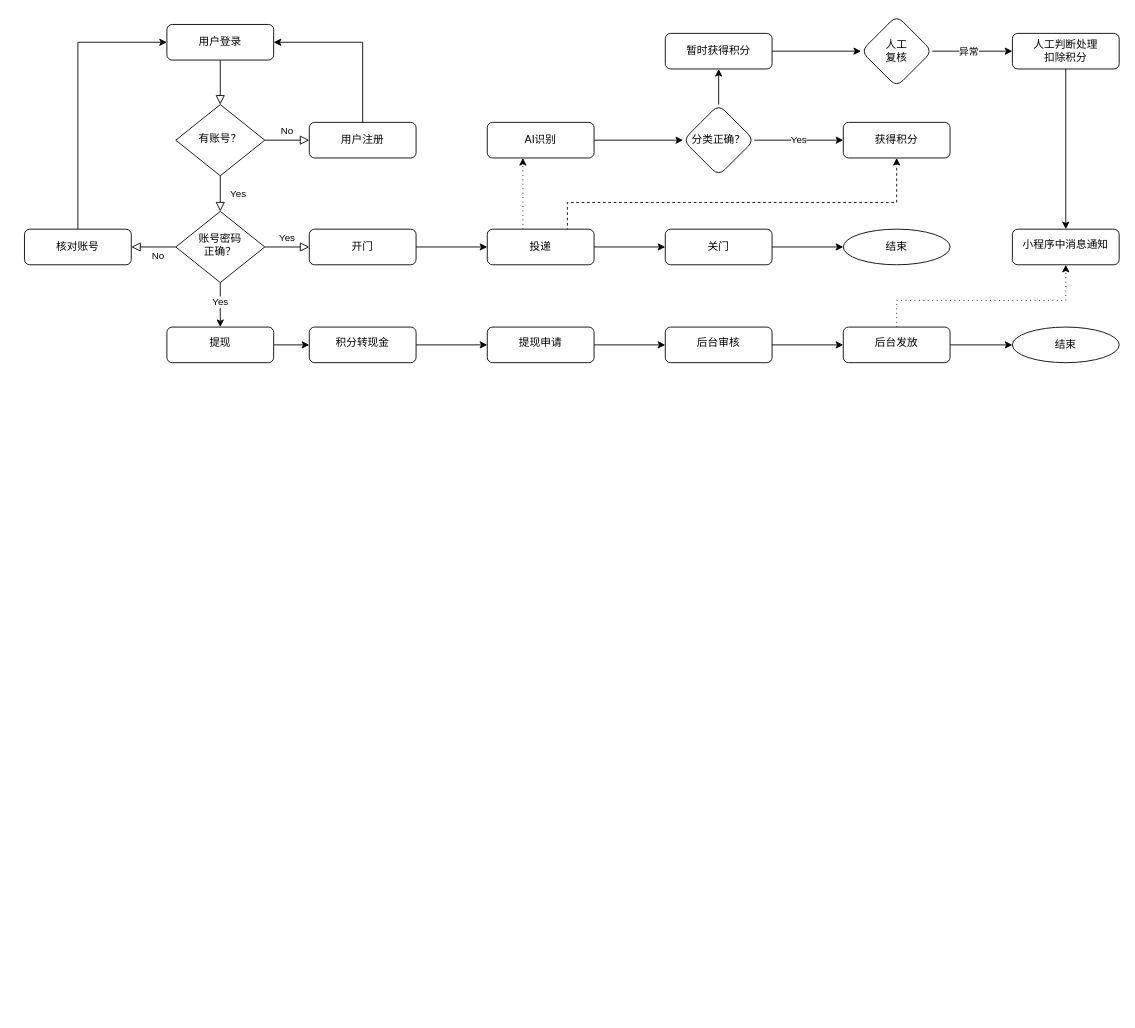
The draw.io diagram 未命名绘图.drawio in lijiejoy/bingai, before the edit. Source tidied: cells renumbered, new cells numbered last; positions are measured from the earlier drawing's top-left corner, leaving out a move shared by most shapes. Both pictures are drawn from the tidied source at 89%, with x=0, y=0 at pixel (24, 15).
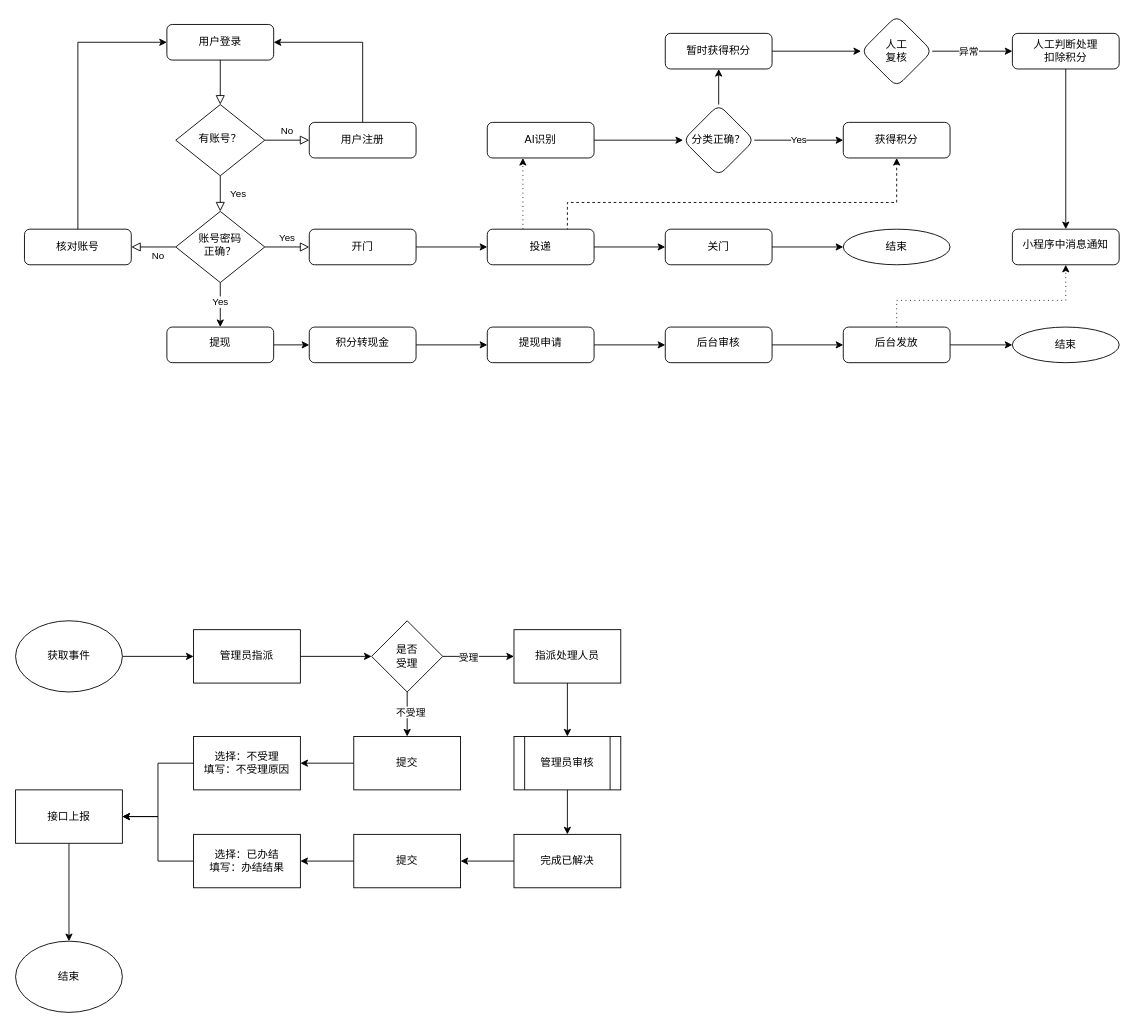
Above is the later version.

Commit message:
更新未命名绘图.drawio

Diff of the diagram source:
```diff
@@
+    <mxCell id="51" style="edgeStyle=orthogonalEdgeStyle;rounded=0;jettySize=auto;html=1;" parent="1" edge="1" source="52" target="54">
+      <mxGeometry relative="1" as="geometry" />
+    </mxCell>
+    <mxCell id="52" value="获取事件" style="ellipse;whiteSpace=wrap;html=1;" parent="1" vertex="1">
+      <mxGeometry x="-10" y="680" width="120" height="80" as="geometry" />
+    </mxCell>
+    <mxCell id="53" style="edgeStyle=orthogonalEdgeStyle;rounded=0;jettySize=auto;html=1;" parent="1" edge="1" source="54" target="59">
+      <mxGeometry relative="1" as="geometry" />
+    </mxCell>
+    <mxCell id="54" value="管理员指派" style="whiteSpace=wrap;html=1;" parent="1" vertex="1">
+      <mxGeometry x="190" y="690" width="120" height="60" as="geometry" />
+    </mxCell>
+    <mxCell id="55" style="edgeStyle=orthogonalEdgeStyle;rounded=0;jettySize=auto;html=1;" parent="1" edge="1" source="59" target="61">
+      <mxGeometry relative="1" as="geometry" />
+    </mxCell>
+    <mxCell id="56" value="不受理" style="edgeLabel;html=1;align=center;verticalAlign=middle;" parent="55" vertex="1">
+      <mxGeometry x="-0.11" y="3" relative="1" as="geometry" />
+    </mxCell>
+    <mxCell id="57" style="edgeStyle=orthogonalEdgeStyle;rounded=0;jettySize=auto;html=1;" parent="1" edge="1" source="59" target="63">
+      <mxGeometry relative="1" as="geometry" />
+    </mxCell>
+    <mxCell id="58" value="受理" style="edgeLabel;html=1;align=center;verticalAlign=middle;" parent="57" vertex="1">
+      <mxGeometry x="-0.3" y="-1" relative="1" as="geometry" />
+    </mxCell>
+    <mxCell id="59" value="是否&lt;br&gt;受理" style="rhombus;whiteSpace=wrap;html=1;" parent="1" vertex="1">
+      <mxGeometry x="390" y="680" width="80" height="80" as="geometry" />
+    </mxCell>
+    <mxCell id="60" style="edgeStyle=orthogonalEdgeStyle;rounded=0;jettySize=auto;html=1;" parent="1" edge="1" source="61" target="65">
+      <mxGeometry relative="1" as="geometry" />
+    </mxCell>
+    <mxCell id="61" value="提交" style="whiteSpace=wrap;html=1;" parent="1" vertex="1">
+      <mxGeometry x="370" y="810" width="120" height="60" as="geometry" />
+    </mxCell>
+    <mxCell id="62" style="edgeStyle=orthogonalEdgeStyle;rounded=0;jettySize=auto;html=1;entryX=0.5;entryY=0;entryDx=0;entryDy=0;" parent="1" edge="1" source="63" target="74">
+      <mxGeometry relative="1" as="geometry" />
+    </mxCell>
+    <mxCell id="63" value="指派处理人员" style="whiteSpace=wrap;html=1;" parent="1" vertex="1">
+      <mxGeometry x="550" y="690" width="120" height="60" as="geometry" />
+    </mxCell>
+    <mxCell id="64" style="edgeStyle=orthogonalEdgeStyle;rounded=0;jettySize=auto;html=1;" parent="1" edge="1" source="65" target="72">
+      <mxGeometry relative="1" as="geometry" />
+    </mxCell>
+    <mxCell id="65" value="选择：不受理&lt;br&gt;填写：不受理原因" style="whiteSpace=wrap;html=1;" parent="1" vertex="1">
+      <mxGeometry x="190" y="810" width="120" height="60" as="geometry" />
+    </mxCell>
+    <mxCell id="66" value="结束" style="ellipse;whiteSpace=wrap;html=1;" parent="1" vertex="1">
+      <mxGeometry x="-10" y="1040" width="120" height="80" as="geometry" />
+    </mxCell>
+    <mxCell id="67" style="edgeStyle=orthogonalEdgeStyle;rounded=0;jettySize=auto;html=1;" parent="1" edge="1" source="68" target="70">
+      <mxGeometry relative="1" as="geometry" />
+    </mxCell>
+    <mxCell id="68" value="提交" style="whiteSpace=wrap;html=1;" parent="1" vertex="1">
+      <mxGeometry x="370" y="920" width="120" height="60" as="geometry" />
+    </mxCell>
+    <mxCell id="69" style="edgeStyle=orthogonalEdgeStyle;rounded=0;jettySize=auto;html=1;entryX=1;entryY=0.5;entryDx=0;entryDy=0;" parent="1" edge="1" source="70" target="72">
+      <mxGeometry relative="1" as="geometry" />
+    </mxCell>
+    <mxCell id="70" value="选择：已办结&lt;br&gt;填写：办结结果" style="whiteSpace=wrap;html=1;" parent="1" vertex="1">
+      <mxGeometry x="190" y="920" width="120" height="60" as="geometry" />
+    </mxCell>
+    <mxCell id="71" style="edgeStyle=orthogonalEdgeStyle;rounded=0;jettySize=auto;html=1;" parent="1" edge="1" source="72" target="66">
+      <mxGeometry relative="1" as="geometry" />
+    </mxCell>
+    <mxCell id="72" value="接口上报" style="whiteSpace=wrap;html=1;" parent="1" vertex="1">
+      <mxGeometry x="-10" y="870" width="120" height="60" as="geometry" />
+    </mxCell>
+    <mxCell id="73" style="edgeStyle=orthogonalEdgeStyle;rounded=0;jettySize=auto;html=1;" parent="1" edge="1" source="74" target="76">
+      <mxGeometry relative="1" as="geometry" />
+    </mxCell>
+    <mxCell id="74" value="管理员审核" style="shape=process;whiteSpace=wrap;html=1;backgroundOutline=1;" parent="1" vertex="1">
+      <mxGeometry x="550" y="810" width="120" height="60" as="geometry" />
+    </mxCell>
+    <mxCell id="75" style="edgeStyle=orthogonalEdgeStyle;rounded=0;jettySize=auto;html=1;entryX=1;entryY=0.5;entryDx=0;entryDy=0;" parent="1" edge="1" source="76" target="68">
+      <mxGeometry relative="1" as="geometry" />
+    </mxCell>
+    <mxCell id="76" value="完成已解决" style="whiteSpace=wrap;html=1;" parent="1" vertex="1">
+      <mxGeometry x="550" y="920" width="120" height="60" as="geometry" />
+    </mxCell>
```
